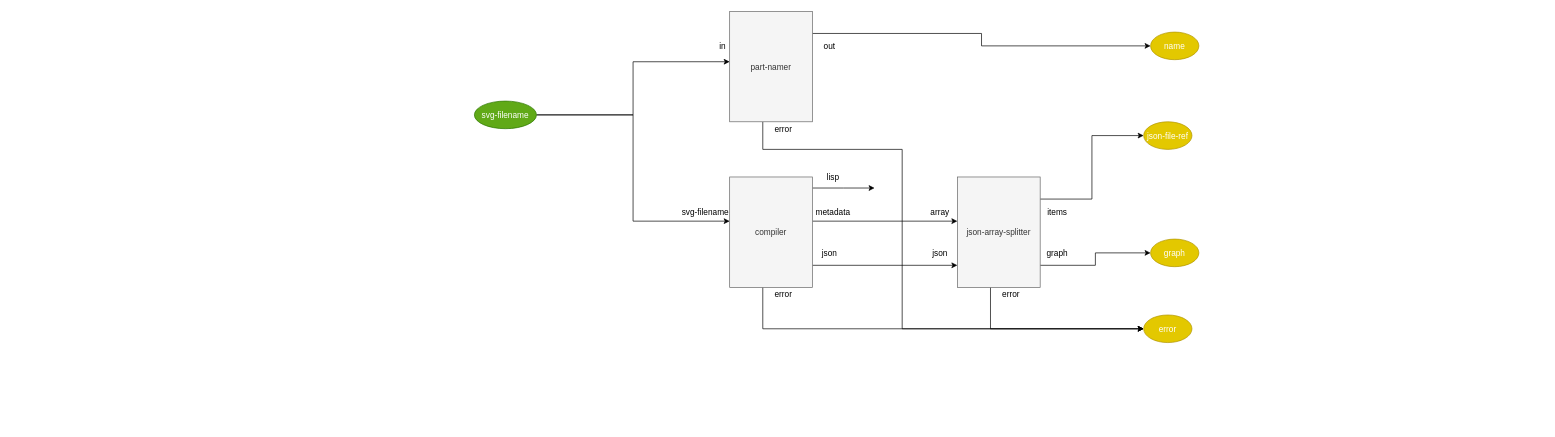
Earlier version of the draw.io diagram page "compile-single-diagram" (5 of 5) of build_process/parts/diagram/build.drawio (bmfbp/bmfbp). Source tidied: cells renumbered, new cells numbered last; positions are measured from the earlier drawing's top-left corner, leaving out a move shared by most shapes. Both pictures are drawn from the tidied source at 69%, with x=0, y=0 at pixel (474, 11).
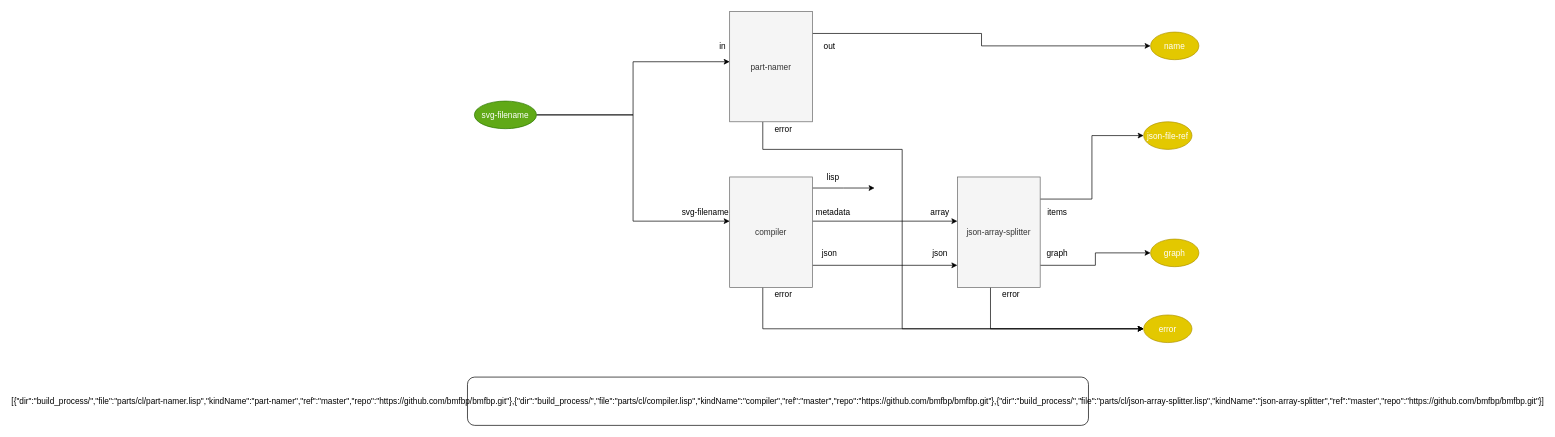
The same page after the edit.

The edit, as a diff of the source:
```diff
@@
+    <mxCell id="34" value="[{&quot;dir&quot;:&quot;build_process/&quot;,&quot;file&quot;:&quot;parts/cl/part-namer.lisp&quot;,&quot;kindName&quot;:&quot;part-namer&quot;,&quot;ref&quot;:&quot;master&quot;,&quot;repo&quot;:&quot;https://github.com/bmfbp/bmfbp.git&quot;},{&quot;dir&quot;:&quot;build_process/&quot;,&quot;file&quot;:&quot;parts/cl/compiler.lisp&quot;,&quot;kindName&quot;:&quot;compiler&quot;,&quot;ref&quot;:&quot;master&quot;,&quot;repo&quot;:&quot;https://github.com/bmfbp/bmfbp.git&quot;},{&quot;dir&quot;:&quot;build_process/&quot;,&quot;file&quot;:&quot;parts/cl/json-array-splitter.lisp&quot;,&quot;kindName&quot;:&quot;json-array-splitter&quot;,&quot;ref&quot;:&quot;master&quot;,&quot;repo&quot;:&quot;https://github.com/bmfbp/bmfbp.git&quot;}]" style="rounded=1;" parent="1" vertex="1">
+      <mxGeometry x="-10" y="530" width="900" height="70" as="geometry" />
+    </mxCell>
```
